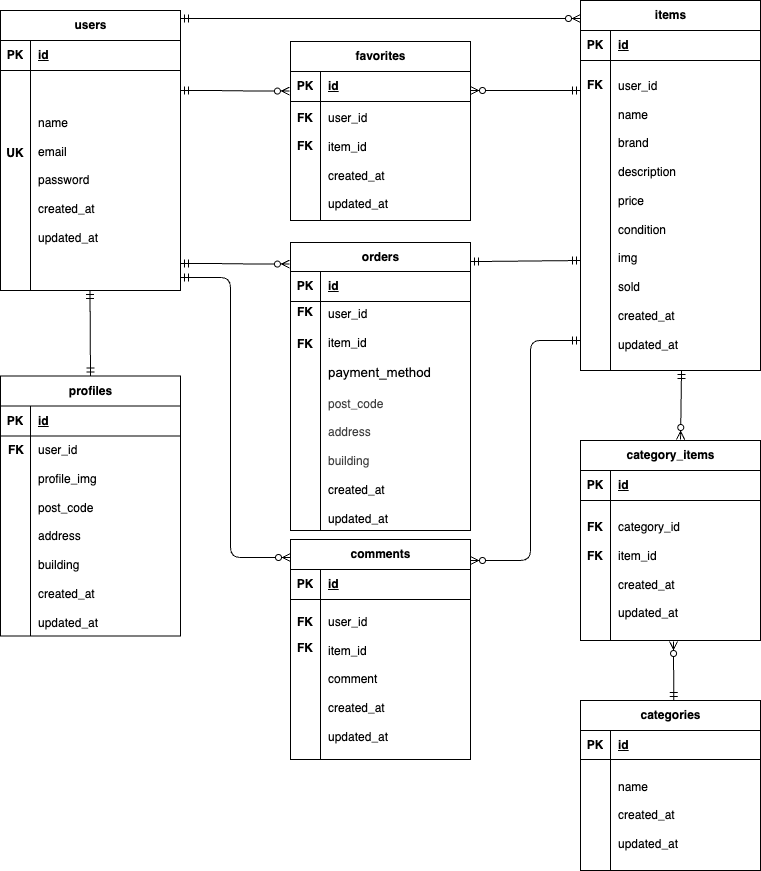
The draw.io diagram erd.png in sara-1003/free-market-app, before a commit. Source tidied: cells renumbered, new cells last; positions are measured from the earlier drawing's top-left corner, leaving out a move shared by most shapes.
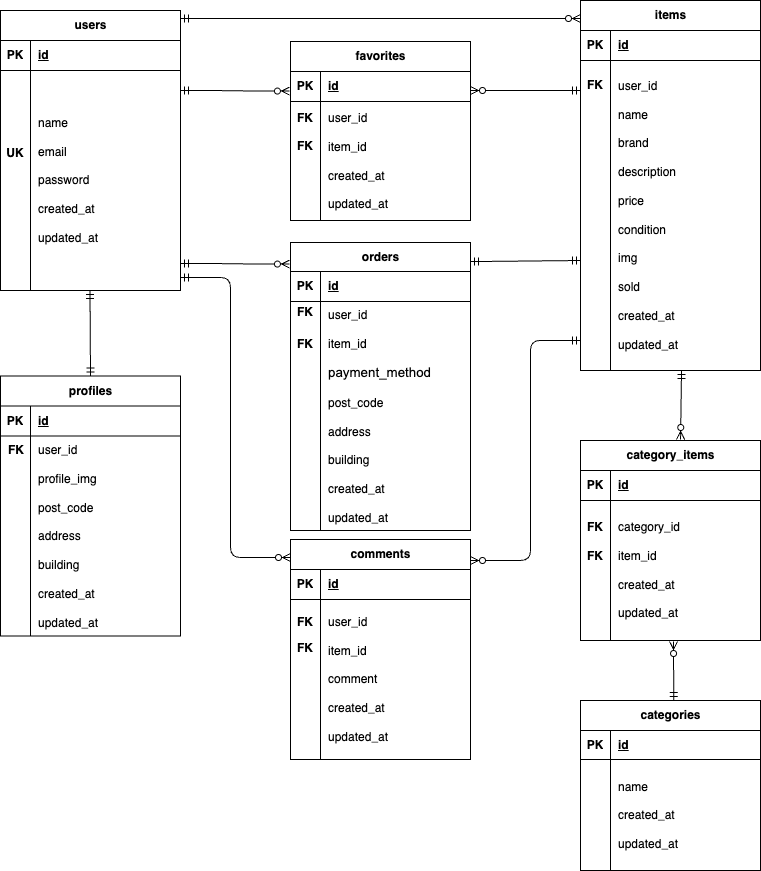
The same file after the commit.

The edit, as a diff of the source:
```diff
@@ -209,7 +209,7 @@
     <mxCell id="66" style="shape=partialRectangle;fillColor=none;top=0;left=0;bottom=0;right=0;overflow=hidden;whiteSpace=wrap;html=1;" parent="65" vertex="1">
       <mxGeometry width="30" height="229" as="geometry" />
     </mxCell>
-    <mxCell id="67" value="&lt;span style=&quot;background-color: transparent;&quot;&gt;&lt;font color=&quot;#000000&quot;&gt;user&lt;/font&gt;_id&lt;/span&gt;&lt;div&gt;&lt;div&gt;&lt;font color=&quot;#000000&quot;&gt;&lt;br&gt;&lt;/font&gt;&lt;/div&gt;&lt;div&gt;&lt;font color=&quot;#000000&quot;&gt;item_id&lt;/font&gt;&lt;/div&gt;&lt;div&gt;&lt;font color=&quot;#000000&quot;&gt;&lt;br&gt;&lt;/font&gt;&lt;/div&gt;&lt;div&gt;&lt;span style=&quot;caret-color: rgb(0, 0, 0); color: rgb(0, 0, 0); font-size: 10pt; font-family: Arial;&quot;&gt;payment_method&lt;/span&gt;&lt;/div&gt;&lt;div&gt;&lt;span style=&quot;caret-color: rgb(0, 0, 0); color: rgb(0, 0, 0); font-size: 10pt; font-family: Arial;&quot;&gt;&lt;br&gt;&lt;/span&gt;&lt;/div&gt;&lt;div&gt;&lt;span style=&quot;caret-color: rgb(0, 0, 0); color: rgb(0, 0, 0); font-size: 10pt; font-family: Arial;&quot;&gt;&lt;div style=&quot;color: rgb(63, 63, 63); font-family: Helvetica; font-size: 12px;&quot;&gt;post_code&lt;/div&gt;&lt;div style=&quot;color: rgb(63, 63, 63); font-family: Helvetica; font-size: 12px;&quot;&gt;&lt;br&gt;&lt;/div&gt;&lt;div style=&quot;color: rgb(63, 63, 63); font-family: Helvetica; font-size: 12px;&quot;&gt;address&lt;/div&gt;&lt;div style=&quot;color: rgb(63, 63, 63); font-family: Helvetica; font-size: 12px;&quot;&gt;&lt;br&gt;&lt;/div&gt;&lt;div style=&quot;color: rgb(63, 63, 63); font-family: Helvetica; font-size: 12px;&quot;&gt;building&lt;/div&gt;&lt;/span&gt;&lt;/div&gt;&lt;div&gt;&lt;div&gt;&lt;br&gt;&lt;/div&gt;&lt;div&gt;&lt;div&gt;&lt;div&gt;&lt;div&gt;created_at&lt;/div&gt;&lt;div&gt;&lt;br&gt;&lt;/div&gt;&lt;div&gt;updated_at&lt;/div&gt;&lt;/div&gt;&lt;/div&gt;&lt;/div&gt;&lt;/div&gt;&lt;/div&gt;" style="shape=partialRectangle;fillColor=none;top=0;left=0;bottom=0;right=0;align=left;spacingLeft=6;overflow=hidden;whiteSpace=wrap;html=1;" parent="65" vertex="1">
+    <mxCell id="67" value="&lt;span style=&quot;background-color: transparent;&quot;&gt;&lt;font color=&quot;#000000&quot;&gt;user&lt;/font&gt;_id&lt;/span&gt;&lt;div&gt;&lt;div&gt;&lt;font color=&quot;#000000&quot;&gt;&lt;br&gt;&lt;/font&gt;&lt;/div&gt;&lt;div&gt;&lt;font color=&quot;#000000&quot;&gt;item_id&lt;/font&gt;&lt;/div&gt;&lt;div&gt;&lt;font color=&quot;#000000&quot;&gt;&lt;br&gt;&lt;/font&gt;&lt;/div&gt;&lt;div&gt;&lt;span style=&quot;caret-color: rgb(0, 0, 0); color: rgb(0, 0, 0); font-size: 10pt; font-family: Arial;&quot;&gt;payment_method&lt;/span&gt;&lt;/div&gt;&lt;div&gt;&lt;br&gt;&lt;/div&gt;&lt;div&gt;post_code&lt;/div&gt;&lt;div&gt;&lt;br&gt;&lt;/div&gt;&lt;div&gt;address&lt;/div&gt;&lt;div&gt;&lt;br&gt;&lt;/div&gt;&lt;div&gt;building&lt;/div&gt;&lt;div&gt;&lt;div&gt;&lt;br&gt;&lt;/div&gt;&lt;div&gt;&lt;div&gt;&lt;div&gt;&lt;div&gt;created_at&lt;/div&gt;&lt;div&gt;&lt;br&gt;&lt;/div&gt;&lt;div&gt;updated_at&lt;/div&gt;&lt;/div&gt;&lt;/div&gt;&lt;/div&gt;&lt;/div&gt;&lt;/div&gt;" style="shape=partialRectangle;fillColor=none;top=0;left=0;bottom=0;right=0;align=left;spacingLeft=6;overflow=hidden;whiteSpace=wrap;html=1;" parent="65" vertex="1">
       <mxGeometry x="30" width="150" height="229" as="geometry" />
     </mxCell>
     <mxCell id="68" style="edgeStyle=orthogonalEdgeStyle;fontSize=12;html=1;endArrow=ERzeroToMany;startArrow=ERmandOne;" parent="1" edge="1">
```
